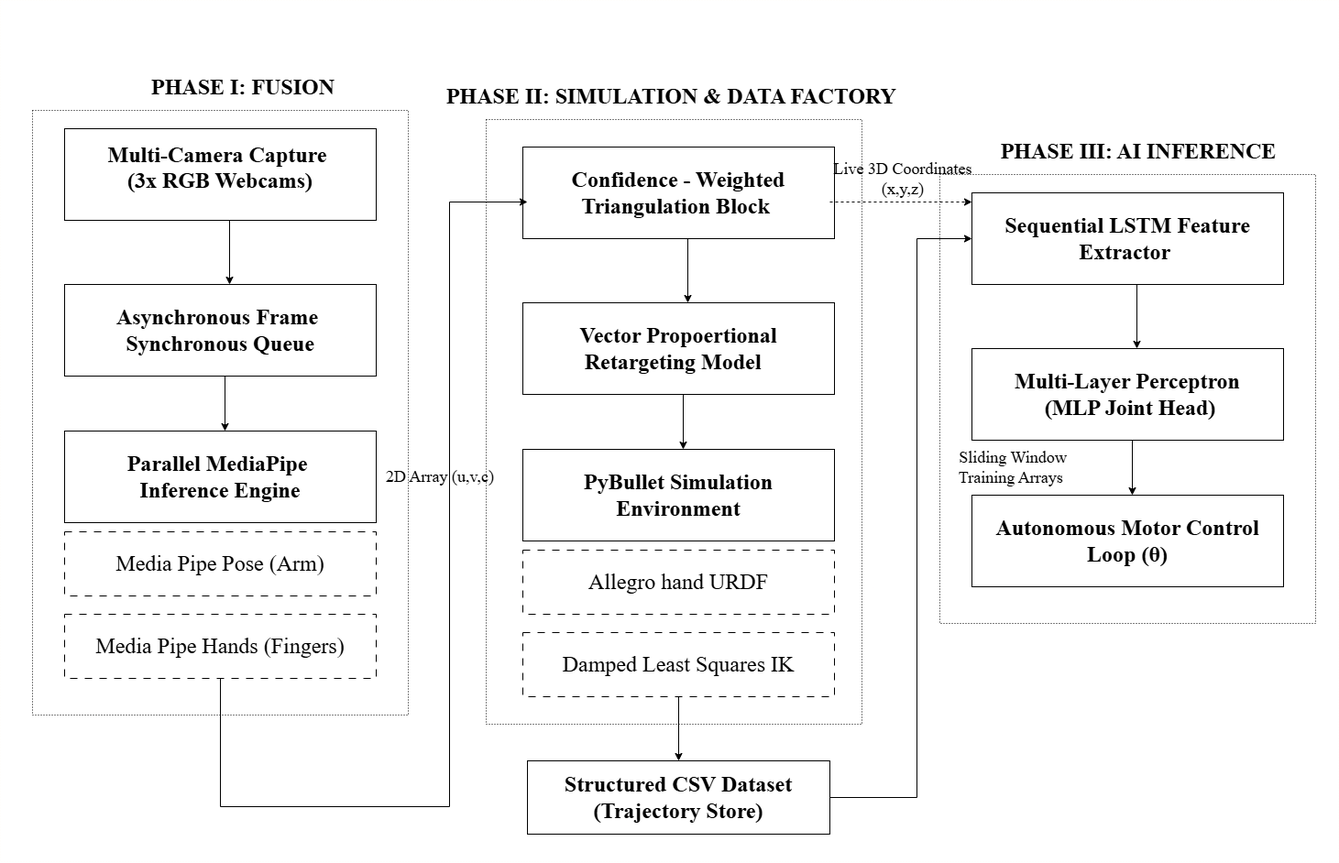
ghimiresampada/offside keeps this draw.io diagram as src/images/block.drawio.png. Above is the earlier version. Source tidied: cells renumbered, new cells last; positions are measured from the earlier drawing's top-left corner, leaving out a move shared by most shapes.
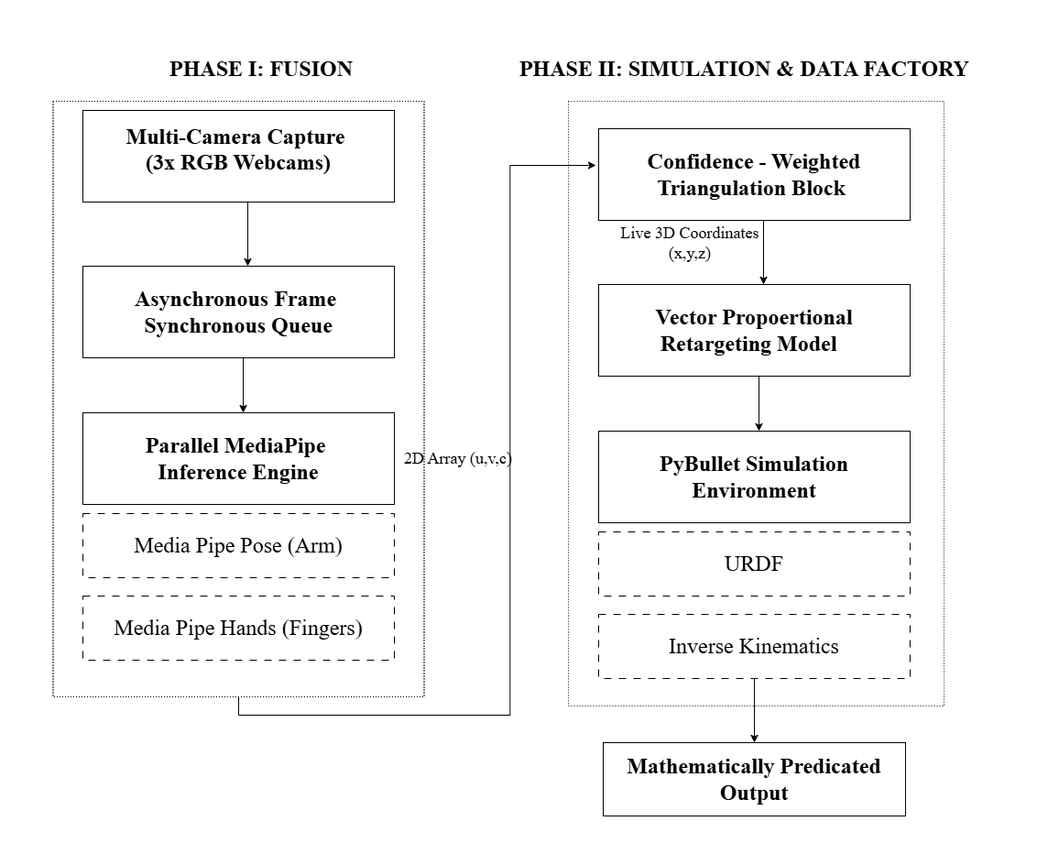
The same file after the commit.

What changed in the source:
```diff
@@ -3,141 +3,90 @@
     <mxCell id="0" />
     <mxCell id="1" parent="0" />
     <mxCell id="2" value="&lt;b&gt;&lt;font style=&quot;font-size: 24px;&quot; face=&quot;Times New Roman&quot;&gt;Multi-Camera Capture&amp;nbsp;&lt;br&gt;(3x RGB Webcams)&lt;/font&gt;&lt;/b&gt;&lt;div&gt;&lt;br&gt;&lt;/div&gt;" style="rounded=0;whiteSpace=wrap;html=1;" parent="1" vertex="1">
-      <mxGeometry x="70" y="140" width="340" height="100" as="geometry" />
+      <mxGeometry x="220" y="140" width="340" height="100" as="geometry" />
     </mxCell>
     <mxCell id="3" value="&lt;font face=&quot;Times New Roman&quot; style=&quot;font-size: 24px;&quot;&gt;&lt;b&gt;Asynchronous Frame&amp;nbsp;&lt;br&gt;Synchronous Queue&lt;/b&gt;&lt;/font&gt;" style="rounded=0;whiteSpace=wrap;html=1;" parent="1" vertex="1">
-      <mxGeometry x="70" y="310" width="340" height="100" as="geometry" />
+      <mxGeometry x="220" y="310" width="340" height="100" as="geometry" />
     </mxCell>
     <mxCell id="4" value="&lt;font face=&quot;Times New Roman&quot; style=&quot;font-size: 24px;&quot;&gt;&lt;b&gt;Parallel MediaPipe&amp;nbsp;&lt;br&gt;Inference Engine&lt;/b&gt;&lt;/font&gt;" style="rounded=0;whiteSpace=wrap;html=1;" parent="1" vertex="1">
-      <mxGeometry x="70" y="470" width="340" height="100" as="geometry" />
+      <mxGeometry x="220" y="470" width="340" height="100" as="geometry" />
     </mxCell>
     <mxCell id="5" value="&lt;font face=&quot;Times New Roman&quot; style=&quot;font-size: 24px;&quot;&gt;Media Pipe Pose (Arm)&lt;/font&gt;" style="rounded=0;whiteSpace=wrap;html=1;shadow=0;dashed=1;dashPattern=8 8;" parent="1" vertex="1">
-      <mxGeometry x="70" y="580" width="340" height="70" as="geometry" />
+      <mxGeometry x="220" y="580" width="340" height="70" as="geometry" />
     </mxCell>
     <mxCell id="6" value="&lt;font face=&quot;Times New Roman&quot; style=&quot;font-size: 24px;&quot;&gt;Media Pipe Hands (Fingers)&lt;/font&gt;" style="rounded=0;whiteSpace=wrap;html=1;dashed=1;dashPattern=8 8;" parent="1" vertex="1">
-      <mxGeometry x="70" y="670" width="340" height="70" as="geometry" />
+      <mxGeometry x="220" y="670" width="340" height="70" as="geometry" />
     </mxCell>
     <mxCell id="7" style="endArrow=classic;html=1;rounded=0;" parent="1" edge="1">
       <mxGeometry relative="1" as="geometry">
-        <mxPoint x="250" y="240" as="sourcePoint" />
-        <mxPoint x="250" y="310" as="targetPoint" />
+        <mxPoint x="400" y="240" as="sourcePoint" />
+        <mxPoint x="400" y="310" as="targetPoint" />
       </mxGeometry>
     </mxCell>
     <mxCell id="8" style="endArrow=classic;html=1;rounded=0;" parent="1" edge="1">
       <mxGeometry relative="1" as="geometry">
-        <mxPoint x="245" y="410" as="sourcePoint" />
-        <mxPoint x="245" y="470" as="targetPoint" />
+        <mxPoint x="395" y="410" as="sourcePoint" />
+        <mxPoint x="395" y="470" as="targetPoint" />
       </mxGeometry>
     </mxCell>
     <mxCell id="9" value="&lt;font face=&quot;Times New Roman&quot; style=&quot;font-size: 24px;&quot;&gt;&lt;b&gt;Confidence - Weighted Triangulation Block&amp;nbsp;&lt;/b&gt;&lt;/font&gt;" style="rounded=0;whiteSpace=wrap;html=1;" parent="1" vertex="1">
-      <mxGeometry x="570" y="160" width="340" height="100" as="geometry" />
+      <mxGeometry x="783" y="160" width="340" height="100" as="geometry" />
     </mxCell>
     <mxCell id="10" value="&lt;font face=&quot;Times New Roman&quot; style=&quot;font-size: 24px;&quot;&gt;&lt;b&gt;Vector Propoertional Retargeting Model&amp;nbsp;&amp;nbsp;&lt;/b&gt;&lt;/font&gt;" style="rounded=0;whiteSpace=wrap;html=1;" parent="1" vertex="1">
-      <mxGeometry x="570" y="330" width="340" height="100" as="geometry" />
+      <mxGeometry x="783" y="330" width="340" height="100" as="geometry" />
     </mxCell>
     <mxCell id="11" value="&lt;font face=&quot;Times New Roman&quot; style=&quot;font-size: 24px;&quot;&gt;&lt;b&gt;PyBullet Simulation Environment&lt;/b&gt;&lt;/font&gt;" style="rounded=0;whiteSpace=wrap;html=1;" parent="1" vertex="1">
-      <mxGeometry x="570" y="490" width="340" height="100" as="geometry" />
+      <mxGeometry x="783" y="490" width="340" height="100" as="geometry" />
     </mxCell>
-    <mxCell id="12" value="&lt;font face=&quot;Times New Roman&quot; style=&quot;font-size: 24px;&quot;&gt;Allegro hand URDF&lt;/font&gt;" style="rounded=0;whiteSpace=wrap;html=1;shadow=0;dashed=1;dashPattern=8 8;" parent="1" vertex="1">
-      <mxGeometry x="570" y="600" width="340" height="70" as="geometry" />
+    <mxCell id="12" value="&lt;font face=&quot;Times New Roman&quot; style=&quot;font-size: 24px;&quot;&gt;URDF&lt;/font&gt;" style="rounded=0;whiteSpace=wrap;html=1;shadow=0;dashed=1;dashPattern=8 8;" parent="1" vertex="1">
+      <mxGeometry x="783" y="600" width="340" height="70" as="geometry" />
     </mxCell>
-    <mxCell id="13" value="&lt;font face=&quot;Times New Roman&quot; style=&quot;font-size: 24px;&quot;&gt;Damped Least Squares IK&lt;/font&gt;" style="rounded=0;whiteSpace=wrap;html=1;dashed=1;dashPattern=8 8;" parent="1" vertex="1">
-      <mxGeometry x="570" y="690" width="340" height="70" as="geometry" />
+    <mxCell id="13" value="&lt;font face=&quot;Times New Roman&quot; style=&quot;font-size: 24px;&quot;&gt;Inverse Kinematics&lt;/font&gt;" style="rounded=0;whiteSpace=wrap;html=1;dashed=1;dashPattern=8 8;" parent="1" vertex="1">
+      <mxGeometry x="783" y="690" width="340" height="70" as="geometry" />
     </mxCell>
     <mxCell id="14" style="endArrow=classic;html=1;rounded=0;" parent="1" edge="1">
       <mxGeometry relative="1" as="geometry">
-        <mxPoint x="750" y="260" as="sourcePoint" />
-        <mxPoint x="750" y="330" as="targetPoint" />
+        <mxPoint x="963" y="260" as="sourcePoint" />
+        <mxPoint x="963" y="330" as="targetPoint" />
       </mxGeometry>
     </mxCell>
     <mxCell id="15" style="endArrow=classic;html=1;rounded=0;" parent="1" edge="1">
       <mxGeometry relative="1" as="geometry">
-        <mxPoint x="745" y="430" as="sourcePoint" />
-        <mxPoint x="745" y="490" as="targetPoint" />
+        <mxPoint x="958" y="430" as="sourcePoint" />
+        <mxPoint x="958" y="490" as="targetPoint" />
       </mxGeometry>
     </mxCell>
-    <mxCell id="16" value="&lt;font face=&quot;Times New Roman&quot; style=&quot;font-size: 24px;&quot;&gt;&lt;b&gt;Sequential LSTM Feature Extractor&amp;nbsp;&lt;/b&gt;&lt;/font&gt;" style="rounded=0;whiteSpace=wrap;html=1;" parent="1" vertex="1">
-      <mxGeometry x="1060" y="210" width="340" height="100" as="geometry" />
-    </mxCell>
-    <mxCell id="17" value="&lt;font face=&quot;Times New Roman&quot; style=&quot;font-size: 24px;&quot;&gt;&lt;b&gt;Multi-Layer Perceptron&lt;/b&gt;&lt;/font&gt;&lt;div&gt;&lt;font face=&quot;Times New Roman&quot; style=&quot;font-size: 24px;&quot;&gt;&lt;b&gt;&amp;nbsp;(MLP Joint Head)&lt;/b&gt;&lt;/font&gt;&lt;/div&gt;" style="rounded=0;whiteSpace=wrap;html=1;" parent="1" vertex="1">
-      <mxGeometry x="1060" y="380" width="340" height="100" as="geometry" />
-    </mxCell>
-    <mxCell id="18" value="&lt;font face=&quot;Times New Roman&quot; style=&quot;font-size: 24px;&quot;&gt;&lt;b&gt;Autonomous Motor Control Loop (θ)&lt;/b&gt;&lt;/font&gt;" style="rounded=0;whiteSpace=wrap;html=1;" parent="1" vertex="1">
-      <mxGeometry x="1060" y="540" width="340" height="100" as="geometry" />
-    </mxCell>
-    <mxCell id="19" style="endArrow=classic;html=1;rounded=0;" parent="1" edge="1">
-      <mxGeometry relative="1" as="geometry">
-        <mxPoint x="1240" y="310" as="sourcePoint" />
-        <mxPoint x="1240" y="380" as="targetPoint" />
-      </mxGeometry>
-    </mxCell>
-    <mxCell id="20" style="endArrow=classic;html=1;rounded=0;" parent="1" edge="1">
-      <mxGeometry relative="1" as="geometry">
-        <mxPoint x="1235" y="480" as="sourcePoint" />
-        <mxPoint x="1235" y="540" as="targetPoint" />
-      </mxGeometry>
-    </mxCell>
-    <mxCell id="21" style="endArrow=classic;html=1;rounded=0;entryX=1;entryY=1;entryDx=0;entryDy=0;" parent="1" edge="1">
-      <mxGeometry relative="1" as="geometry">
-        <mxPoint x="240" y="780" as="sourcePoint" />
-        <mxPoint x="575" y="220" as="targetPoint" />
-        <Array as="points">
-          <mxPoint x="240" y="740" />
-          <mxPoint x="240" y="880" />
-          <mxPoint x="490" y="880" />
-          <mxPoint x="490" y="220" />
-        </Array>
-      </mxGeometry>
-    </mxCell>
     <mxCell id="22" value="&lt;font face=&quot;Times New Roman&quot; style=&quot;font-size: 24px;&quot;&gt;&lt;b&gt;PHASE I: FUSION&lt;/b&gt;&lt;/font&gt;" style="text;html=1;whiteSpace=wrap;strokeColor=none;fillColor=none;align=center;verticalAlign=middle;rounded=0;" parent="1" vertex="1">
-      <mxGeometry x="120" y="80" width="290" height="30" as="geometry" />
+      <mxGeometry x="270" y="80" width="290" height="30" as="geometry" />
     </mxCell>
-    <mxCell id="23" value="&lt;font face=&quot;Times New Roman&quot; style=&quot;font-size: 24px;&quot;&gt;&lt;b&gt;Structured CSV Dataset (Trajectory Store)&lt;/b&gt;&lt;/font&gt;" style="rounded=0;whiteSpace=wrap;html=1;" parent="1" vertex="1">
-      <mxGeometry x="575" y="830" width="330" height="80" as="geometry" />
+    <mxCell id="23" value="&lt;font face=&quot;Times New Roman&quot;&gt;&lt;span style=&quot;font-size: 24px;&quot;&gt;&lt;b&gt;Mathematically Predicated Output&lt;/b&gt;&lt;/span&gt;&lt;/font&gt;" style="rounded=0;whiteSpace=wrap;html=1;" parent="1" vertex="1">
+      <mxGeometry x="788" y="830" width="330" height="80" as="geometry" />
     </mxCell>
     <mxCell id="24" style="endArrow=classic;html=1;rounded=0;exitX=0.5;exitY=1;exitDx=0;exitDy=0;entryX=0.5;entryY=0;entryDx=0;entryDy=0;" parent="1" edge="1" source="13" target="23">
       <mxGeometry relative="1" as="geometry" />
     </mxCell>
-    <mxCell id="25" style="endArrow=classic;html=1;rounded=0;exitX=1;exitY=0.5;exitDx=0;exitDy=0;entryX=0;entryY=0.5;entryDx=0;entryDy=0;" parent="1" edge="1" source="23" target="16">
-      <mxGeometry relative="1" as="geometry">
-        <Array as="points">
-          <mxPoint x="1000" y="870" />
-          <mxPoint x="1000" y="260" />
-        </Array>
-      </mxGeometry>
-    </mxCell>
-    <mxCell id="26" value="&lt;font face=&quot;Times New Roman&quot; style=&quot;font-size: 24px;&quot;&gt;&lt;b&gt;PHASE III: AI INFERENCE&amp;nbsp;&lt;/b&gt;&lt;/font&gt;" style="text;html=1;whiteSpace=wrap;strokeColor=none;fillColor=none;align=center;verticalAlign=middle;rounded=0;" parent="1" vertex="1">
-      <mxGeometry x="1030" y="150" width="430" height="30" as="geometry" />
-    </mxCell>
     <mxCell id="27" style="rounded=0;whiteSpace=wrap;html=1;dashed=1;dashPattern=1 2;fillColor=none;" parent="1" vertex="1">
-      <mxGeometry x="530" y="130" width="410" height="660" as="geometry" />
+      <mxGeometry x="750" y="130" width="410" height="660" as="geometry" />
     </mxCell>
     <mxCell id="28" value="&lt;font face=&quot;Times New Roman&quot; style=&quot;font-size: 24px;&quot;&gt;&lt;b&gt;PHASE II: SIMULATION &amp;amp; DATA FACTORY&amp;nbsp;&lt;/b&gt;&lt;/font&gt;" style="text;html=1;whiteSpace=wrap;strokeColor=none;fillColor=none;align=center;verticalAlign=middle;rounded=0;" parent="1" vertex="1">
-      <mxGeometry x="480" y="80" width="510" height="50" as="geometry" />
+      <mxGeometry x="690" y="70" width="510" height="50" as="geometry" />
     </mxCell>
-    <mxCell id="29" value="&lt;font face=&quot;Times New Roman&quot; style=&quot;font-size: 18px;&quot;&gt;Sliding Window Training Arrays&amp;nbsp;&lt;/font&gt;" style="text;html=1;whiteSpace=wrap;strokeColor=none;fillColor=none;align=center;verticalAlign=middle;rounded=0;" parent="1" vertex="1">
-      <mxGeometry x="1020" y="490" width="170" height="40" as="geometry" />
-    </mxCell>
-    <mxCell id="30" style="rounded=0;whiteSpace=wrap;html=1;dashed=1;dashPattern=1 2;fillColor=none;" parent="1" vertex="1">
-      <mxGeometry x="1025" y="190" width="410" height="490" as="geometry" />
-    </mxCell>
-    <mxCell id="31" style="endArrow=classic;html=1;rounded=0;dashed=1;exitX=0.604;exitY=0.327;exitDx=0;exitDy=0;exitPerimeter=0;" parent="1" edge="1">
-      <mxGeometry relative="1" as="geometry">
-        <mxPoint x="905" y="220" as="sourcePoint" />
-        <mxPoint x="1060" y="220" as="targetPoint" />
-      </mxGeometry>
-    </mxCell>
     <mxCell id="32" value="&lt;font face=&quot;Times New Roman&quot; style=&quot;font-size: 18px;&quot;&gt;Live 3D Coordinates (x,y,z)&lt;/font&gt;" style="text;html=1;whiteSpace=wrap;strokeColor=none;fillColor=none;align=center;verticalAlign=middle;rounded=0;" parent="1" vertex="1">
-      <mxGeometry x="905" y="180" width="160" height="30" as="geometry" />
+      <mxGeometry x="803" y="270" width="160" height="30" as="geometry" />
     </mxCell>
     <mxCell id="33" style="rounded=0;whiteSpace=wrap;html=1;dashed=1;dashPattern=1 2;fillColor=none;" parent="1" vertex="1">
-      <mxGeometry x="35" y="120" width="410" height="660" as="geometry" />
+      <mxGeometry x="187.5" y="130" width="405" height="650" as="geometry" />
     </mxCell>
     <mxCell id="34" value="&lt;font face=&quot;Times New Roman&quot; style=&quot;font-size: 18px;&quot;&gt;2D Array (u,v,c)&lt;/font&gt;" style="text;html=1;whiteSpace=wrap;strokeColor=none;fillColor=none;align=center;verticalAlign=middle;rounded=0;" parent="1" vertex="1">
-      <mxGeometry x="410" y="505" width="140" height="30" as="geometry" />
+      <mxGeometry x="560" y="505" width="140" height="30" as="geometry" />
     </mxCell>
     <mxCell id="35" style="rounded=0;whiteSpace=wrap;html=1;fillColor=none;dashed=1;dashPattern=1 2;strokeColor=#FFFDF9;" parent="1" vertex="1">
-      <mxGeometry width="1460" height="940" as="geometry" />
+      <mxGeometry x="130" y="20" width="1130" height="930" as="geometry" />
     </mxCell>
+    <mxCell id="36" style="edgeStyle=orthogonalEdgeStyle;rounded=0;jettySize=auto;html=1;exitX=0.5;exitY=1;exitDx=0;exitDy=0;" parent="1" edge="1" source="33">
+      <mxGeometry relative="1" as="geometry">
+        <mxPoint x="780" y="200" as="targetPoint" />
+      </mxGeometry>
+    </mxCell>
   </root>
 </mxGraphModel>
```
